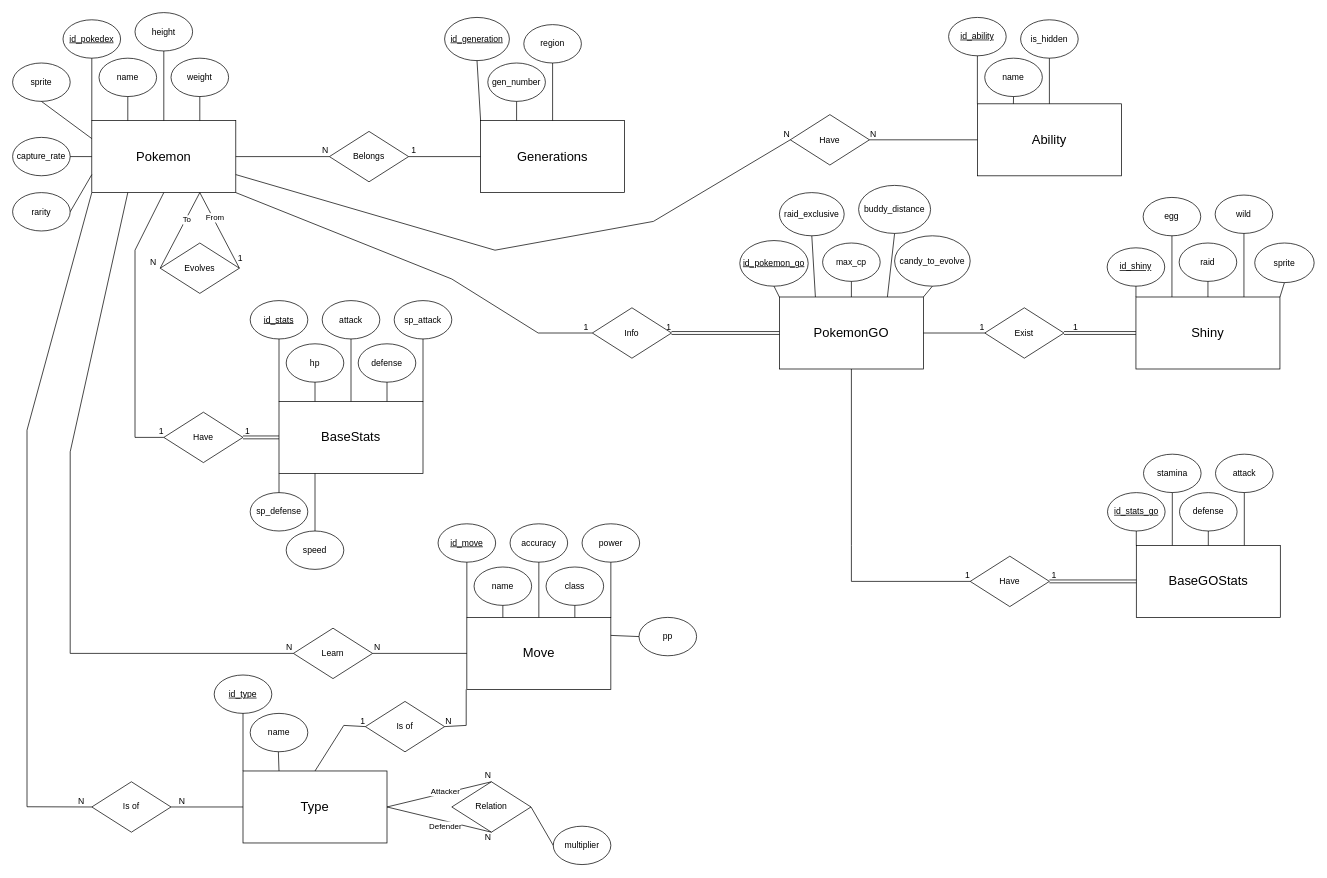
Above: docs/Modelo-Entidade-Relacionamento.drawio in ArMiPi/Trabalho-Banco-de-Dados (draw.io), before the change. Source tidied: cells renumbered, new cells numbered last; positions are measured from the earlier drawing's top-left corner, leaving out a move shared by most shapes. Both pictures are drawn from the tidied source at 72%, with x=0, y=0 at pixel (12, 12).
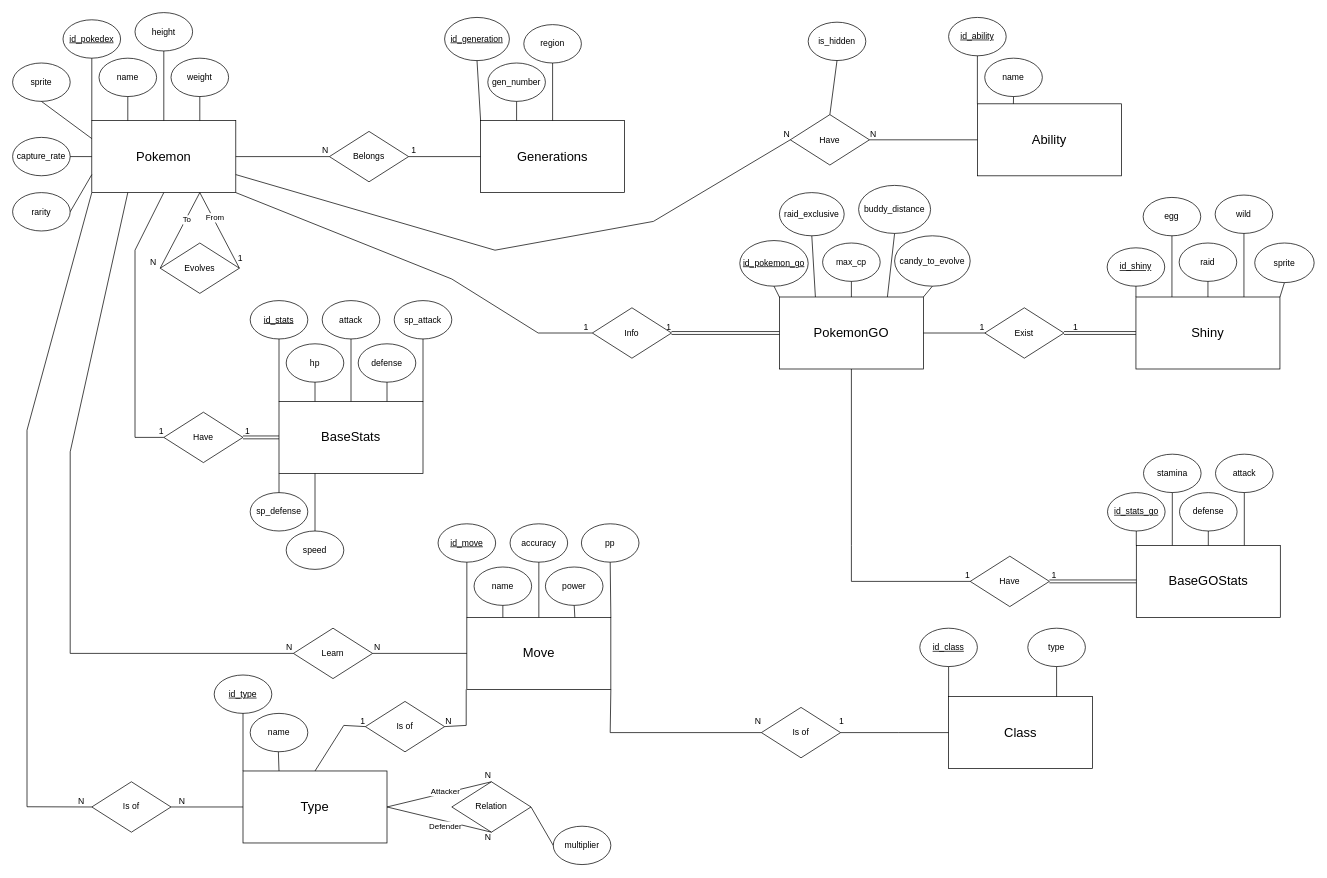
After the change.

Unchanged cells that the change refers to:
```xml
<mxCell id="48" value="Have" style="rhombus;whiteSpace=wrap;html=1;" parent="1" vertex="1">
  <mxGeometry x="1080.1" y="141.7" width="110" height="70" as="geometry" />
</mxCell>
<mxCell id="49" value="&lt;span style=&quot;font-size: 18px;&quot;&gt;Ability&lt;/span&gt;" style="rounded=0;whiteSpace=wrap;html=1;" parent="1" vertex="1">
  <mxGeometry x="1340" y="126.7" width="200" height="100" as="geometry" />
</mxCell>
<mxCell id="54" value="&lt;font style=&quot;font-size: 18px;&quot;&gt;Move&lt;/font&gt;" style="rounded=0;whiteSpace=wrap;html=1;" parent="1" vertex="1">
  <mxGeometry x="630.9" y="840" width="200" height="100" as="geometry" />
</mxCell>
```

The edit, as a diff of the source:
```diff
@@
-    <mxCell id="62" value="&lt;font style=&quot;font-size: 12px;&quot;&gt;class&lt;br&gt;&lt;/font&gt;" style="ellipse;whiteSpace=wrap;html=1;" parent="1" vertex="1">
-      <mxGeometry x="740.9" y="770" width="80" height="53.3" as="geometry" />
-    </mxCell>
-    <mxCell id="63" style="endArrow=none;html=1;entryX=0.5;entryY=1;entryDx=0;entryDy=0;exitX=0.75;exitY=0;exitDx=0;exitDy=0;" parent="1" edge="1" source="54" target="62">
-      <mxGeometry relative="1" as="geometry" />
-    </mxCell>
     <mxCell id="64" value="&lt;font style=&quot;font-size: 12px;&quot;&gt;power&lt;br&gt;&lt;/font&gt;" style="ellipse;whiteSpace=wrap;html=1;" parent="1" vertex="1">
-      <mxGeometry x="790.9" y="710" width="80" height="53.3" as="geometry" />
+      <mxGeometry x="740" y="770" width="80" height="53.3" as="geometry" />
     </mxCell>
-    <mxCell id="65" style="endArrow=none;html=1;entryX=0.5;entryY=1;entryDx=0;entryDy=0;exitX=1;exitY=0;exitDx=0;exitDy=0;" parent="1" edge="1" source="54" target="64">
+    <mxCell id="65" style="endArrow=none;html=1;entryX=0.5;entryY=1;entryDx=0;entryDy=0;exitX=0.75;exitY=0;exitDx=0;exitDy=0;" parent="1" edge="1" source="54" target="64">
       <mxGeometry relative="1" as="geometry" />
     </mxCell>
     <mxCell id="66" value="&lt;font style=&quot;font-size: 12px;&quot;&gt;pp&lt;br&gt;&lt;/font&gt;" style="ellipse;whiteSpace=wrap;html=1;" parent="1" vertex="1">
-      <mxGeometry x="870" y="840" width="80" height="53.3" as="geometry" />
+      <mxGeometry x="790" y="710" width="80" height="53.3" as="geometry" />
     </mxCell>
-    <mxCell id="67" style="endArrow=none;html=1;entryX=1;entryY=0.25;entryDx=0;entryDy=0;exitX=0;exitY=0.5;exitDx=0;exitDy=0;" parent="1" edge="1" source="66" target="54">
+    <mxCell id="67" style="endArrow=none;html=1;exitX=0.5;exitY=1;exitDx=0;exitDy=0;entryX=1;entryY=0;entryDx=0;entryDy=0;" parent="1" edge="1" source="66" target="54">
       <mxGeometry relative="1" as="geometry" />
     </mxCell>
@@
     <mxCell id="152" value="&lt;font style=&quot;font-size: 12px;&quot;&gt;is_hidden&lt;br&gt;&lt;/font&gt;" style="ellipse;whiteSpace=wrap;html=1;" parent="1" vertex="1">
-      <mxGeometry x="1400" y="10" width="80" height="53.3" as="geometry" />
+      <mxGeometry x="1105" y="13.3" width="80" height="53.3" as="geometry" />
     </mxCell>
-    <mxCell id="153" style="endArrow=none;html=1;entryX=0.5;entryY=1;entryDx=0;entryDy=0;exitX=0.5;exitY=0;exitDx=0;exitDy=0;" parent="1" edge="1" source="49" target="152">
+    <mxCell id="153" style="endArrow=none;html=1;entryX=0.5;entryY=1;entryDx=0;entryDy=0;exitX=0.5;exitY=0;exitDx=0;exitDy=0;" parent="1" edge="1" source="48" target="152">
       <mxGeometry relative="1" as="geometry" />
     </mxCell>
@@
+    <mxCell id="156" value="&lt;span style=&quot;font-size: 18px;&quot;&gt;Class&lt;/span&gt;" style="rounded=0;whiteSpace=wrap;html=1;" parent="1" vertex="1">
+      <mxGeometry x="1300" y="950" width="200" height="100" as="geometry" />
+    </mxCell>
+    <mxCell id="157" value="Is of" style="rhombus;whiteSpace=wrap;html=1;" parent="1" vertex="1">
+      <mxGeometry x="1040" y="965" width="110" height="70" as="geometry" />
+    </mxCell>
+    <mxCell id="158" style="endArrow=none;html=1;rounded=0;exitX=0;exitY=0.5;exitDx=0;exitDy=0;entryX=1;entryY=0.5;entryDx=0;entryDy=0;" parent="1" edge="1" source="156" target="157">
+      <mxGeometry relative="1" as="geometry">
+        <Array as="points">
+          <mxPoint x="1230" y="1000" />
+        </Array>
+      </mxGeometry>
+    </mxCell>
+    <mxCell id="159" value="1" style="html=1;align=right;verticalAlign=bottom;" parent="158" vertex="1">
+      <mxGeometry x="1" relative="1" as="geometry">
+        <mxPoint x="5" y="-8" as="offset" />
+      </mxGeometry>
+    </mxCell>
+    <mxCell id="160" style="endArrow=none;html=1;rounded=0;entryX=0;entryY=0.5;entryDx=0;entryDy=0;exitX=1;exitY=1;exitDx=0;exitDy=0;" parent="1" edge="1" source="54" target="157">
+      <mxGeometry relative="1" as="geometry">
+        <Array as="points">
+          <mxPoint x="830" y="1000" />
+        </Array>
+      </mxGeometry>
+    </mxCell>
+    <mxCell id="161" value="N" style="html=1;align=right;verticalAlign=bottom;" parent="160" vertex="1">
+      <mxGeometry x="1" relative="1" as="geometry">
+        <mxPoint y="-8" as="offset" />
+      </mxGeometry>
+    </mxCell>
+    <mxCell id="162" value="&lt;font style=&quot;font-size: 12px;&quot;&gt;&lt;u style=&quot;&quot;&gt;id_class&lt;/u&gt;&lt;/font&gt;" style="ellipse;whiteSpace=wrap;html=1;" parent="1" vertex="1">
+      <mxGeometry x="1260" y="855" width="80" height="53.3" as="geometry" />
+    </mxCell>
+    <mxCell id="163" style="endArrow=none;html=1;rounded=0;entryX=0.5;entryY=1;entryDx=0;entryDy=0;exitX=0;exitY=0;exitDx=0;exitDy=0;" parent="1" edge="1" source="156" target="162">
+      <mxGeometry relative="1" as="geometry" />
+    </mxCell>
+    <mxCell id="164" value="&lt;font style=&quot;font-size: 12px;&quot;&gt;type&lt;br&gt;&lt;/font&gt;" style="ellipse;whiteSpace=wrap;html=1;" parent="1" vertex="1">
+      <mxGeometry x="1410" y="855" width="80" height="53.3" as="geometry" />
+    </mxCell>
+    <mxCell id="165" style="endArrow=none;html=1;entryX=0.5;entryY=1;entryDx=0;entryDy=0;exitX=0.75;exitY=0;exitDx=0;exitDy=0;" parent="1" edge="1" source="156" target="164">
+      <mxGeometry relative="1" as="geometry" />
+    </mxCell>
```
